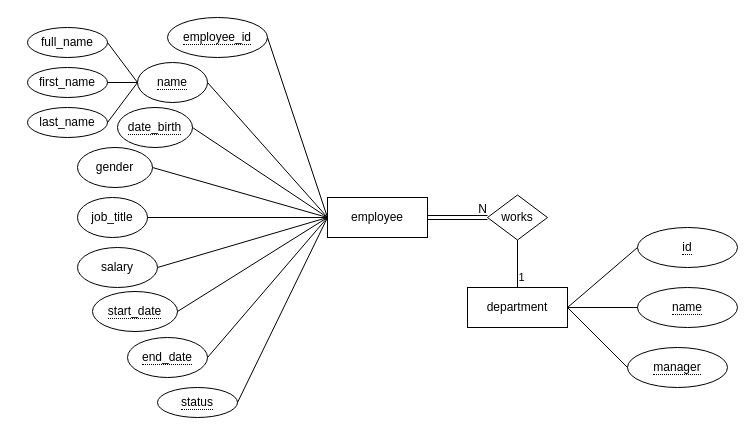
WalterGJunior/Database_College keeps this draw.io diagram as CA1_Database.drawio. Above is the earlier version. Source tidied: cells renumbered, new cells numbered last; positions are measured from the earlier drawing's top-left corner, leaving out a move shared by most shapes. Both pictures are drawn from the tidied source at 100%, with x=0, y=0 at pixel (27, 17).
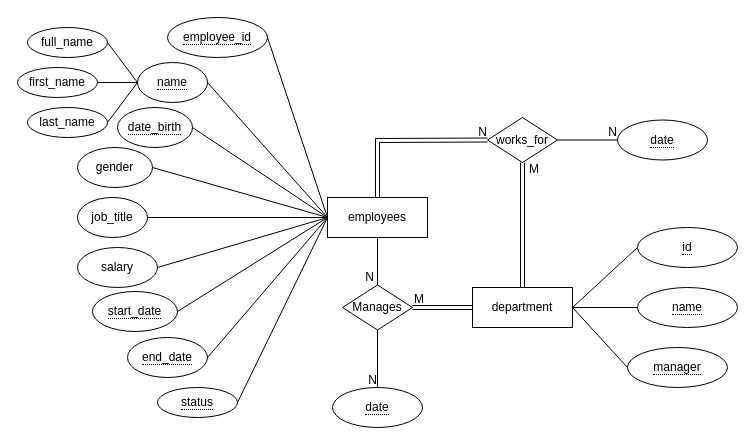
The same page after the edit.

What changed in the source:
```diff
@@
-    <mxCell id="2" value="employee" style="whiteSpace=wrap;html=1;align=center;" parent="1" vertex="1">
+    <mxCell id="2" value="employees" style="whiteSpace=wrap;html=1;align=center;" parent="1" vertex="1">
       <mxGeometry x="300" y="180" width="100" height="40" as="geometry" />
     </mxCell>
     <mxCell id="3" value="department" style="whiteSpace=wrap;html=1;align=center;" parent="1" vertex="1">
-      <mxGeometry x="440" y="270" width="100" height="40" as="geometry" />
+      <mxGeometry x="445" y="270" width="100" height="40" as="geometry" />
     </mxCell>
@@
     <mxCell id="7" value="first_name" style="ellipse;whiteSpace=wrap;html=1;align=center;" parent="1" vertex="1">
-      <mxGeometry y="50" width="80" height="30" as="geometry" />
+      <mxGeometry x="-10" y="50" width="80" height="30" as="geometry" />
     </mxCell>
@@
-    <mxCell id="32" value="works" style="shape=rhombus;perimeter=rhombusPerimeter;whiteSpace=wrap;html=1;align=center;" parent="1" vertex="1">
-      <mxGeometry x="460" y="177.5" width="60" height="45" as="geometry" />
+    <mxCell id="32" value="works_for" style="shape=rhombus;perimeter=rhombusPerimeter;whiteSpace=wrap;html=1;align=center;" parent="1" vertex="1">
+      <mxGeometry x="460" y="100" width="70" height="45" as="geometry" />
     </mxCell>
-    <mxCell id="33" style="endArrow=none;html=1;rounded=0;entryX=0.5;entryY=0;entryDx=0;entryDy=0;exitX=0.5;exitY=1;exitDx=0;exitDy=0;" parent="1" edge="1" source="32" target="3">
-      <mxGeometry relative="1" as="geometry" />
-    </mxCell>
-    <mxCell id="34" value="1" style="edgeLabel;html=1;align=center;verticalAlign=middle;" parent="33" vertex="1">
-      <mxGeometry x="0.55" y="3" relative="1" as="geometry" />
-    </mxCell>
@@
+    <mxCell id="39" style="edgeStyle=orthogonalEdgeStyle;rounded=0;orthogonalLoop=1;jettySize=auto;html=1;exitX=0.5;exitY=1;exitDx=0;exitDy=0;" parent="1" edge="1" source="7" target="7">
+      <mxGeometry relative="1" as="geometry" />
+    </mxCell>
+    <mxCell id="40" value="Manages" style="shape=rhombus;perimeter=rhombusPerimeter;whiteSpace=wrap;html=1;align=center;" parent="1" vertex="1">
+      <mxGeometry x="315" y="267.5" width="70" height="45" as="geometry" />
+    </mxCell>
+    <mxCell id="33" style="shape=link;html=1;rounded=0;entryX=0.5;entryY=0;entryDx=0;entryDy=0;exitX=0.5;exitY=1;exitDx=0;exitDy=0;" parent="1" edge="1" source="32" target="3">
+      <mxGeometry relative="1" as="geometry" />
+    </mxCell>
+    <mxCell id="41" value="M" style="html=1;align=left;verticalAlign=bottom;" parent="33" vertex="1">
+      <mxGeometry x="-1" relative="1" as="geometry">
+        <mxPoint x="5" y="15" as="offset" />
+      </mxGeometry>
+    </mxCell>
-    <mxCell id="37" style="shape=link;html=1;rounded=0;entryX=0;entryY=0.5;entryDx=0;entryDy=0;exitX=1;exitY=0.5;exitDx=0;exitDy=0;" parent="1" edge="1" source="2" target="32">
-      <mxGeometry relative="1" as="geometry" />
+    <mxCell id="37" style="shape=link;html=1;rounded=0;entryX=0;entryY=0.5;entryDx=0;entryDy=0;exitX=0.5;exitY=0;exitDx=0;exitDy=0;" parent="1" edge="1" source="2" target="32">
+      <mxGeometry relative="1" as="geometry">
+        <Array as="points">
+          <mxPoint x="350" y="123" />
+        </Array>
+      </mxGeometry>
     </mxCell>
-    <mxCell id="38" value="N" style="html=1;align=right;verticalAlign=bottom;" parent="37" vertex="1">
-      <mxGeometry x="1" relative="1" as="geometry" />
-    </mxCell>
+    <mxCell id="42" value="N" style="html=1;align=right;verticalAlign=bottom;" parent="37" vertex="1">
+      <mxGeometry x="1" relative="1" as="geometry" />
+    </mxCell>
+    <mxCell id="43" style="endArrow=none;html=1;rounded=0;entryX=0.5;entryY=0;entryDx=0;entryDy=0;exitX=0.5;exitY=1;exitDx=0;exitDy=0;" parent="1" edge="1" source="2" target="40">
+      <mxGeometry relative="1" as="geometry" />
+    </mxCell>
+    <mxCell id="44" value="N" style="html=1;align=right;verticalAlign=bottom;" parent="43" vertex="1">
+      <mxGeometry x="1" relative="1" as="geometry">
+        <mxPoint x="-3" as="offset" />
+      </mxGeometry>
+    </mxCell>
+    <mxCell id="45" style="shape=link;html=1;rounded=0;entryX=0;entryY=0.5;entryDx=0;entryDy=0;exitX=1;exitY=0.5;exitDx=0;exitDy=0;" parent="1" edge="1" source="40" target="3">
+      <mxGeometry relative="1" as="geometry" />
+    </mxCell>
+    <mxCell id="46" value="M" style="html=1;align=left;verticalAlign=bottom;" parent="45" vertex="1">
+      <mxGeometry x="-1" relative="1" as="geometry" />
+    </mxCell>
+    <mxCell id="47" value="&lt;span style=&quot;border-bottom: 1px dotted&quot;&gt;date&lt;/span&gt;" style="ellipse;whiteSpace=wrap;html=1;align=center;" parent="1" vertex="1">
+      <mxGeometry x="590" y="102.5" width="90" height="40" as="geometry" />
+    </mxCell>
+    <mxCell id="48" style="endArrow=none;html=1;rounded=0;entryX=0;entryY=0.5;entryDx=0;entryDy=0;exitX=1;exitY=0.5;exitDx=0;exitDy=0;" parent="1" edge="1" source="32" target="47">
+      <mxGeometry relative="1" as="geometry" />
+    </mxCell>
+    <mxCell id="49" value="N" style="html=1;align=right;verticalAlign=bottom;" parent="48" vertex="1">
+      <mxGeometry x="1" relative="1" as="geometry" />
+    </mxCell>
+    <mxCell id="50" value="&lt;span style=&quot;border-bottom: 1px dotted&quot;&gt;date&lt;/span&gt;" style="ellipse;whiteSpace=wrap;html=1;align=center;" parent="1" vertex="1">
+      <mxGeometry x="305" y="370" width="90" height="40" as="geometry" />
+    </mxCell>
+    <mxCell id="51" style="endArrow=none;html=1;rounded=0;entryX=0.5;entryY=0;entryDx=0;entryDy=0;exitX=0.5;exitY=1;exitDx=0;exitDy=0;" parent="1" edge="1" source="40" target="50">
+      <mxGeometry relative="1" as="geometry" />
+    </mxCell>
+    <mxCell id="52" value="N" style="html=1;align=right;verticalAlign=bottom;" parent="51" vertex="1">
+      <mxGeometry x="1" relative="1" as="geometry" />
+    </mxCell>
```
